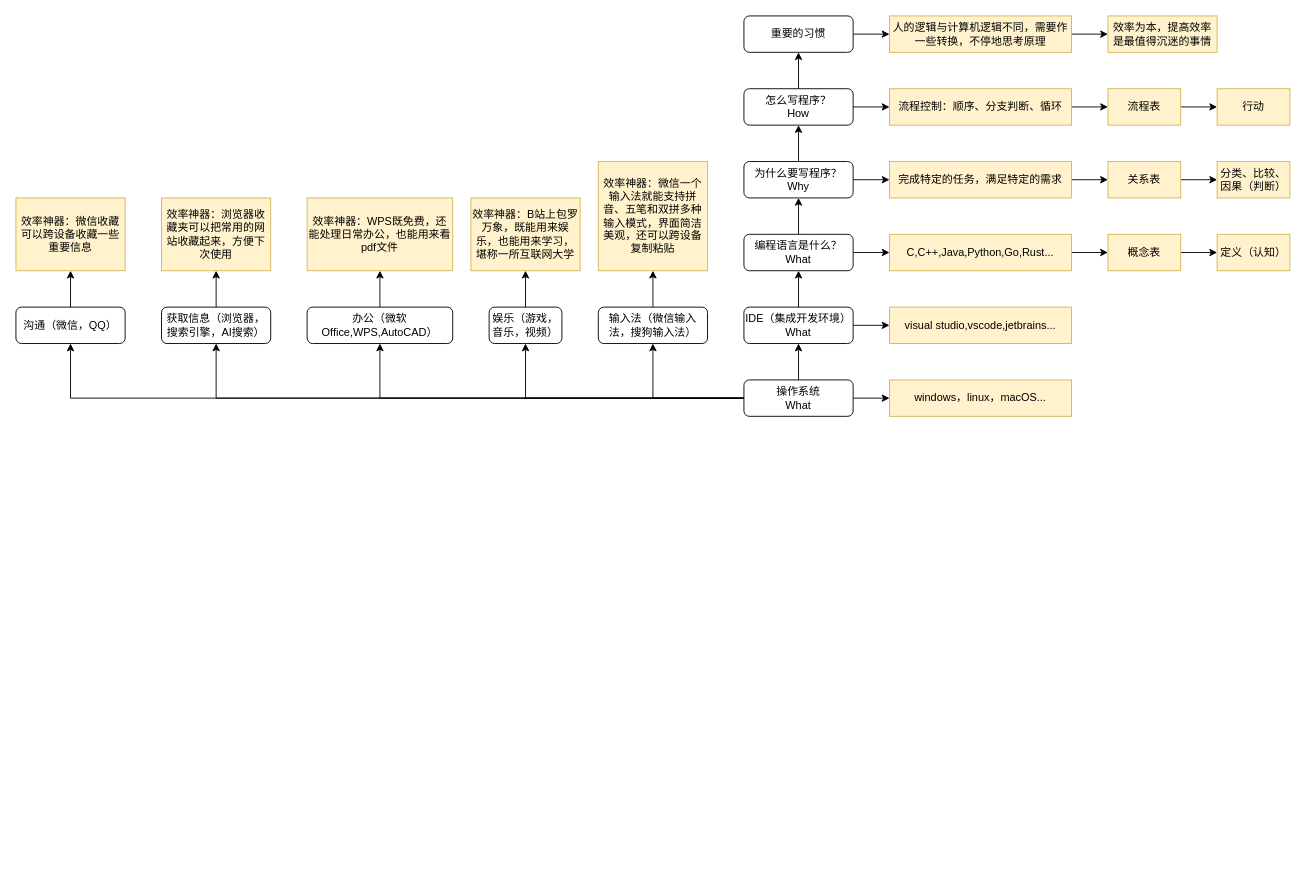
The draw.io diagram 计算新手入门.drawio in yanhanfrontend/draw.io.workspace, before the edit. Source tidied: cells renumbered, new cells numbered last; positions are measured from the earlier drawing's top-left corner, leaving out a move shared by most shapes. Both pictures are drawn from the tidied source at 91%, with x=0, y=0 at pixel (15, 15).
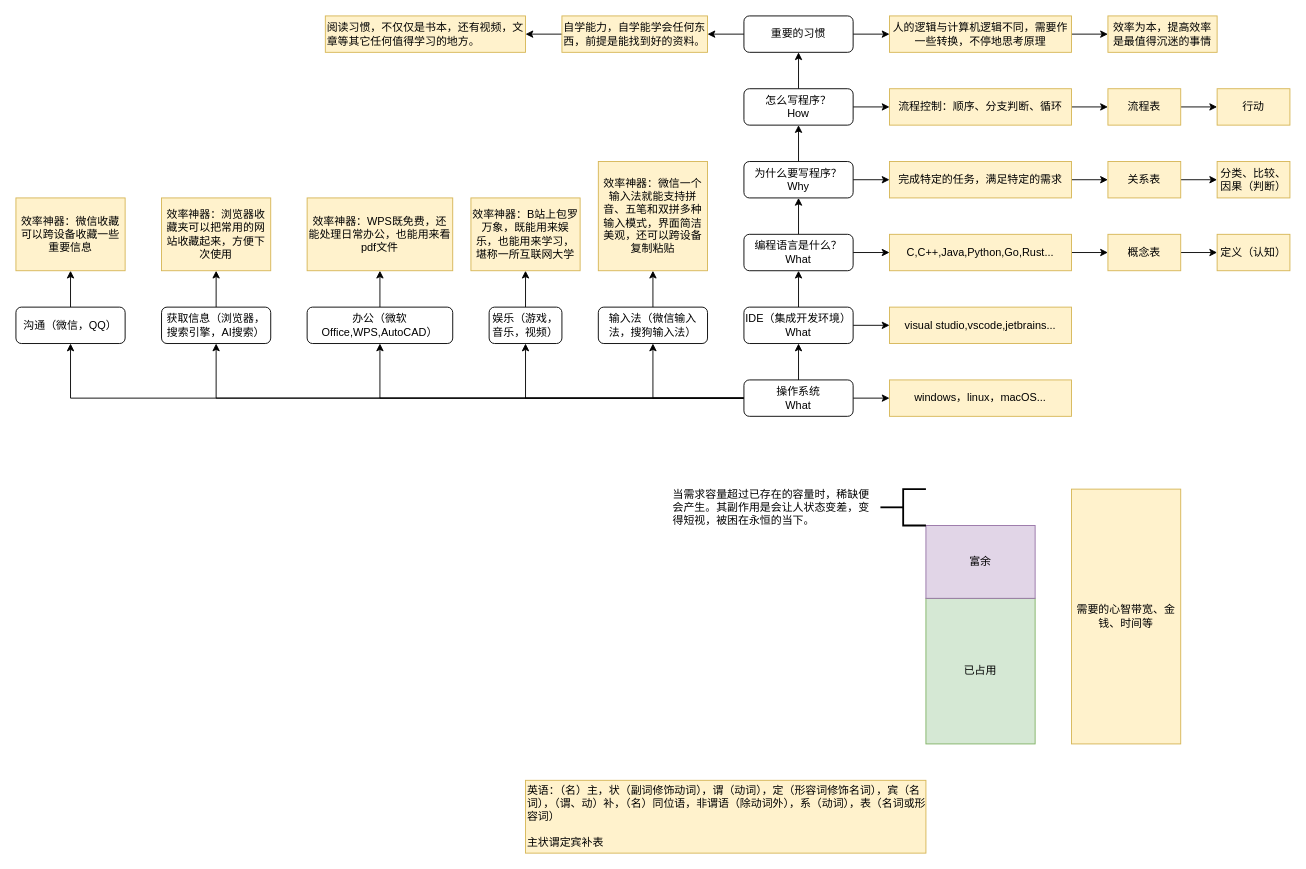
The same page after the edit.

Commit message:
更新计算新手入门.drawio

The change refers to these unchanged cells:
```xml
<mxCell id="49" value="重要的习惯" style="rounded=1;whiteSpace=wrap;html=1;" parent="1" vertex="1">
  <mxGeometry x="800" width="120" height="40" as="geometry" />
</mxCell>
```

Diff of the diagram source:
```diff
@@
+    <mxCell id="59" style="edgeStyle=orthogonalEdgeStyle;rounded=0;jettySize=auto;html=1;" parent="1" edge="1" source="49" target="66">
+      <mxGeometry relative="1" as="geometry" />
+    </mxCell>
@@
+    <mxCell id="60" value="已占用" style="rounded=0;whiteSpace=wrap;html=1;fillColor=#d5e8d4;strokeColor=#82b366;" parent="1" vertex="1">
+      <mxGeometry x="1000" y="640" width="120" height="160" as="geometry" />
+    </mxCell>
+    <mxCell id="61" value="需要的心智带宽、金钱、时间等" style="rounded=0;whiteSpace=wrap;html=1;fillColor=#fff2cc;strokeColor=#d6b656;" parent="1" vertex="1">
+      <mxGeometry x="1160" y="520" width="120" height="280" as="geometry" />
+    </mxCell>
+    <mxCell id="62" value="富余" style="rounded=0;whiteSpace=wrap;html=1;fillColor=#e1d5e7;strokeColor=#9673a6;" parent="1" vertex="1">
+      <mxGeometry x="1000" y="560" width="120" height="80" as="geometry" />
+    </mxCell>
+    <mxCell id="63" style="strokeWidth=2;html=1;shape=mxgraph.flowchart.annotation_2;align=left;labelPosition=right;" parent="1" vertex="1">
+      <mxGeometry x="950" y="520" width="50" height="40" as="geometry" />
+    </mxCell>
+    <mxCell id="64" value="当需求容量超过已存在的容量时，稀缺便会产生。其副作用是会让人状态变差，变得短视，被困在永恒的当下。" style="text;html=1;align=left;verticalAlign=middle;whiteSpace=wrap;rounded=0;" parent="1" vertex="1">
+      <mxGeometry x="720" y="500" width="220" height="80" as="geometry" />
+    </mxCell>
+    <mxCell id="65" style="edgeStyle=orthogonalEdgeStyle;rounded=0;jettySize=auto;html=1;" parent="1" edge="1" source="66" target="67">
+      <mxGeometry relative="1" as="geometry" />
+    </mxCell>
+    <mxCell id="66" value="自学能力，自学能学会任何东西，前提是能找到好的资料。" style="text;html=1;align=left;verticalAlign=middle;whiteSpace=wrap;rounded=0;fillColor=#fff2cc;strokeColor=#d6b656;" parent="1" vertex="1">
+      <mxGeometry x="600" width="160" height="40" as="geometry" />
+    </mxCell>
+    <mxCell id="67" value="阅读习惯，不仅仅是书本，还有视频，文章等其它任何值得学习的地方。" style="text;html=1;align=left;verticalAlign=middle;whiteSpace=wrap;rounded=0;fillColor=#fff2cc;strokeColor=#d6b656;" parent="1" vertex="1">
+      <mxGeometry x="340" width="220" height="40" as="geometry" />
+    </mxCell>
+    <mxCell id="68" value="&lt;div&gt;英语：（名）主，状（副词修饰动词），谓（动词），定（形容词修饰名词），宾（名词），（谓、动）补，（名）同位语，非谓语（除动词外），系（动词），表（名词或形容词）&lt;/div&gt;&lt;div&gt;&lt;br&gt;&lt;/div&gt;&lt;div&gt;主状谓定宾补表&lt;/div&gt;" style="rounded=0;whiteSpace=wrap;html=1;fillColor=#fff2cc;strokeColor=#d6b656;align=left;" parent="1" vertex="1">
+      <mxGeometry x="560" y="840" width="440" height="80" as="geometry" />
+    </mxCell>
```
